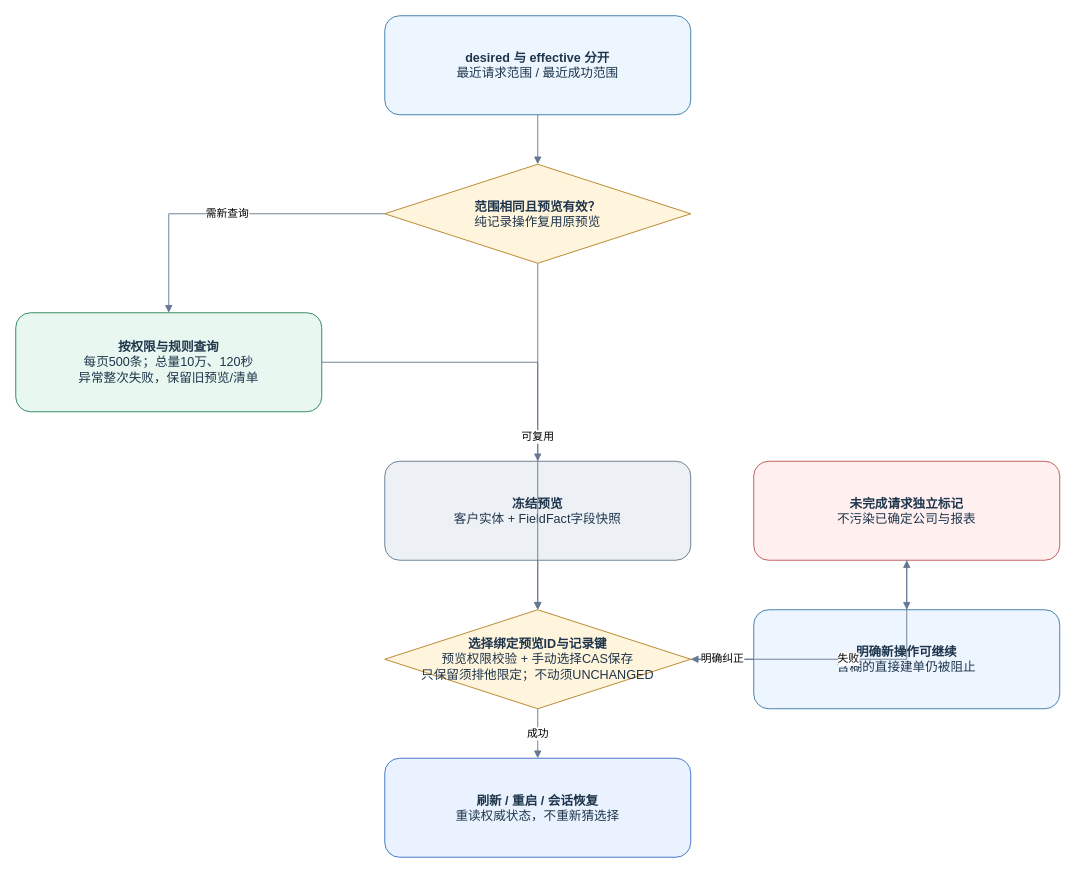
Earlier version of the draw.io diagram page "04 预览、字段快照与恢复" (4 of 12) of docs/diagrams/demo-final/demo-final.drawio (QSZJAVA/agent_demo). Source tidied: cells renumbered, new cells numbered last; positions are measured from the earlier drawing's top-left corner, leaving out a move shared by most shapes. Both pictures are drawn from the tidied source at 90%, with x=0, y=0 at pixel (15, 15).
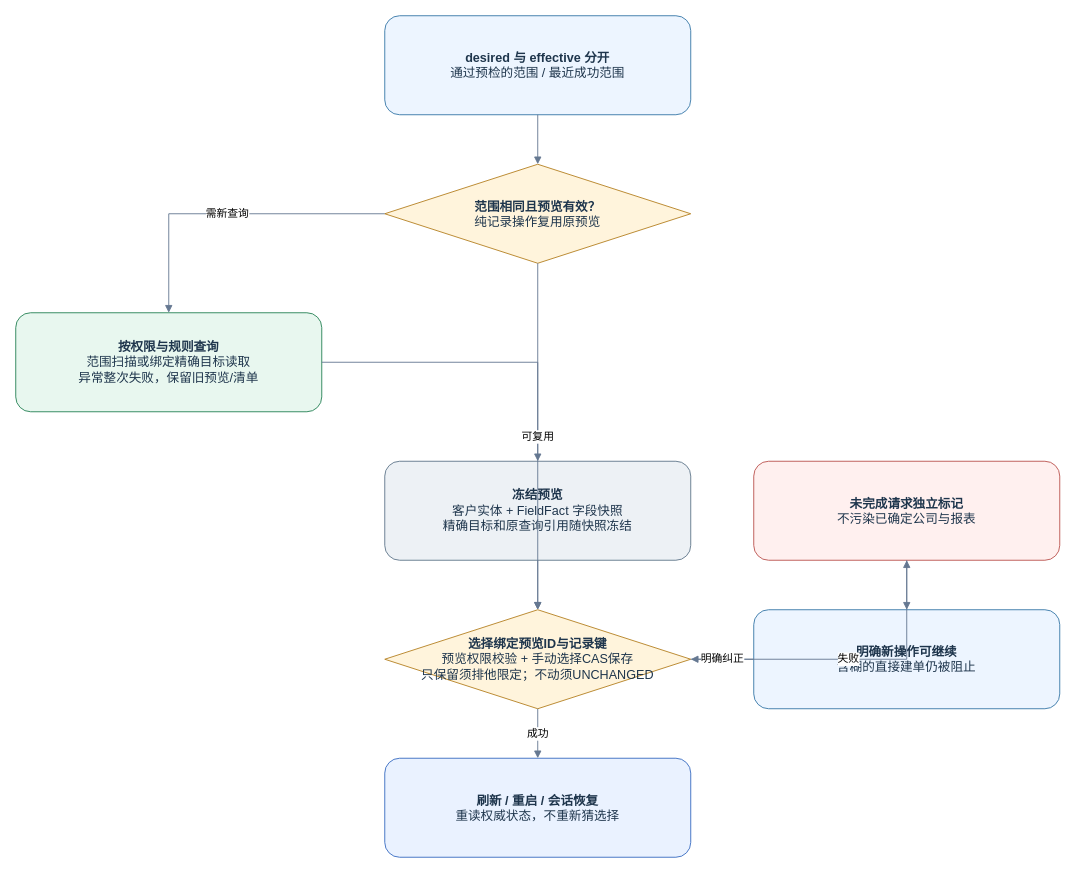
Above is the later version.

What changed in the source:
```diff
@@
 <mxGraphModel>
   <root>
     <mxCell id="0" />
     <mxCell id="1" parent="0" />
-    <mxCell id="2" value="&lt;b&gt;desired 与 effective 分开&lt;/b&gt;&lt;br&gt;最近请求范围 / 最近成功范围" style="rounded=1;whiteSpace=wrap;html=1;fillColor=#edf5ff;strokeColor=#3778a8;fontColor=#1e354c;fontFamily=Microsoft YaHei;fontSize=14;" parent="1" vertex="1">
+    <mxCell id="2" value="&lt;b&gt;desired 与 effective 分开&lt;/b&gt;&lt;br&gt;通过预检的范围 / 最近成功范围" style="rounded=1;whiteSpace=wrap;html=1;fillColor=#edf5ff;strokeColor=#3778a8;fontColor=#1e354c;fontFamily=Microsoft YaHei;fontSize=14;" parent="1" vertex="1">
       <mxGeometry x="410" width="340" height="110" as="geometry" />
     </mxCell>
     <mxCell id="3" value="&lt;b&gt;范围相同且预览有效？&lt;/b&gt;&lt;br&gt;纯记录操作复用原预览" style="rhombus;whiteSpace=wrap;html=1;fillColor=#fff4dc;strokeColor=#b58022;fontColor=#1e354c;fontFamily=Microsoft YaHei;fontSize=14;" parent="1" vertex="1">
       <mxGeometry x="410" y="165" width="340" height="110" as="geometry" />
     </mxCell>
-    <mxCell id="4" value="&lt;b&gt;按权限与规则查询&lt;/b&gt;&lt;br&gt;每页500条；总量10万、120秒&lt;br&gt;异常整次失败，保留旧预览/清单" style="rounded=1;whiteSpace=wrap;html=1;fillColor=#e8f7ef;strokeColor=#268255;fontColor=#1e354c;fontFamily=Microsoft YaHei;fontSize=14;" parent="1" vertex="1">
+    <mxCell id="4" value="&lt;b&gt;按权限与规则查询&lt;/b&gt;&lt;br&gt;范围扫描或绑定精确目标读取&lt;br&gt;异常整次失败，保留旧预览/清单" style="rounded=1;whiteSpace=wrap;html=1;fillColor=#e8f7ef;strokeColor=#268255;fontColor=#1e354c;fontFamily=Microsoft YaHei;fontSize=14;" parent="1" vertex="1">
       <mxGeometry y="330" width="340" height="110" as="geometry" />
     </mxCell>
-    <mxCell id="5" value="&lt;b&gt;冻结预览&lt;/b&gt;&lt;br&gt;客户实体 + FieldFact字段快照" style="rounded=1;whiteSpace=wrap;html=1;fillColor=#edf1f5;strokeColor=#60768b;fontColor=#1e354c;fontFamily=Microsoft YaHei;fontSize=14;" parent="1" vertex="1">
+    <mxCell id="5" value="&lt;b&gt;冻结预览&lt;/b&gt;&lt;br&gt;客户实体 + FieldFact 字段快照&lt;br&gt;精确目标和原查询引用随快照冻结" style="rounded=1;whiteSpace=wrap;html=1;fillColor=#edf1f5;strokeColor=#60768b;fontColor=#1e354c;fontFamily=Microsoft YaHei;fontSize=14;" parent="1" vertex="1">
       <mxGeometry x="410" y="495" width="340" height="110" as="geometry" />
     </mxCell>
     <mxCell id="6" value="&lt;b&gt;选择绑定预览ID与记录键&lt;/b&gt;&lt;br&gt;预览权限校验 + 手动选择CAS保存&lt;br&gt;只保留须排他限定；不动须UNCHANGED" style="rhombus;whiteSpace=wrap;html=1;fillColor=#fff4dc;strokeColor=#b58022;fontColor=#1e354c;fontFamily=Microsoft YaHei;fontSize=14;" parent="1" vertex="1">
       <mxGeometry x="410" y="660" width="340" height="110" as="geometry" />
     </mxCell>
     <mxCell id="7" value="&lt;b&gt;未完成请求独立标记&lt;/b&gt;&lt;br&gt;不污染已确定公司与报表" style="rounded=1;whiteSpace=wrap;html=1;fillColor=#fff0ef;strokeColor=#ba534e;fontColor=#1e354c;fontFamily=Microsoft YaHei;fontSize=14;" parent="1" vertex="1">
       <mxGeometry x="820" y="495" width="340" height="110" as="geometry" />
     </mxCell>
     <mxCell id="8" value="&lt;b&gt;明确新操作可继续&lt;/b&gt;&lt;br&gt;含糊的直接建单仍被阻止" style="rounded=1;whiteSpace=wrap;html=1;fillColor=#edf5ff;strokeColor=#3778a8;fontColor=#1e354c;fontFamily=Microsoft YaHei;fontSize=14;" parent="1" vertex="1">
       <mxGeometry x="820" y="660" width="340" height="110" as="geometry" />
     </mxCell>
     <mxCell id="9" value="&lt;b&gt;刷新 / 重启 / 会话恢复&lt;/b&gt;&lt;br&gt;重读权威状态，不重新猜选择" style="rounded=1;whiteSpace=wrap;html=1;fillColor=#eaf2ff;strokeColor=#386bc1;fontColor=#1e354c;fontFamily=Microsoft YaHei;fontSize=14;" parent="1" vertex="1">
       <mxGeometry x="410" y="825" width="340" height="110" as="geometry" />
     </mxCell>
     <mxCell id="10" style="edgeStyle=orthogonalEdgeStyle;rounded=0;html=1;endArrow=block;endFill=1;strokeColor=#657891;fontFamily=Microsoft YaHei;fontSize=12;" parent="1" edge="1" source="2" target="3">
       <mxGeometry relative="1" as="geometry" />
     </mxCell>
     <mxCell id="11" value="需新查询" style="edgeStyle=orthogonalEdgeStyle;rounded=0;html=1;endArrow=block;endFill=1;strokeColor=#657891;fontFamily=Microsoft YaHei;fontSize=12;" parent="1" edge="1" source="3" target="4">
       <mxGeometry relative="1" as="geometry" />
     </mxCell>
     <mxCell id="12" style="edgeStyle=orthogonalEdgeStyle;rounded=0;html=1;endArrow=block;endFill=1;strokeColor=#657891;fontFamily=Microsoft YaHei;fontSize=12;" parent="1" edge="1" source="4" target="5">
       <mxGeometry relative="1" as="geometry" />
     </mxCell>
     <mxCell id="13" value="可复用" style="edgeStyle=orthogonalEdgeStyle;rounded=0;html=1;endArrow=block;endFill=1;strokeColor=#657891;fontFamily=Microsoft YaHei;fontSize=12;" parent="1" edge="1" source="3" target="6">
       <mxGeometry relative="1" as="geometry" />
     </mxCell>
     <mxCell id="14" style="edgeStyle=orthogonalEdgeStyle;rounded=0;html=1;endArrow=block;endFill=1;strokeColor=#657891;fontFamily=Microsoft YaHei;fontSize=12;" parent="1" edge="1" source="5" target="6">
       <mxGeometry relative="1" as="geometry" />
     </mxCell>
     <mxCell id="15" value="成功" style="edgeStyle=orthogonalEdgeStyle;rounded=0;html=1;endArrow=block;endFill=1;strokeColor=#657891;fontFamily=Microsoft YaHei;fontSize=12;" parent="1" edge="1" source="6" target="9">
       <mxGeometry relative="1" as="geometry" />
     </mxCell>
     <mxCell id="16" value="失败" style="edgeStyle=orthogonalEdgeStyle;rounded=0;html=1;endArrow=block;endFill=1;strokeColor=#657891;fontFamily=Microsoft YaHei;fontSize=12;" parent="1" edge="1" source="6" target="7">
       <mxGeometry relative="1" as="geometry" />
     </mxCell>
     <mxCell id="17" style="edgeStyle=orthogonalEdgeStyle;rounded=0;html=1;endArrow=block;endFill=1;strokeColor=#657891;fontFamily=Microsoft YaHei;fontSize=12;" parent="1" edge="1" source="7" target="8">
       <mxGeometry relative="1" as="geometry" />
     </mxCell>
     <mxCell id="18" value="明确纠正" style="edgeStyle=orthogonalEdgeStyle;rounded=0;html=1;endArrow=block;endFill=1;strokeColor=#657891;fontFamily=Microsoft YaHei;fontSize=12;" parent="1" edge="1" source="8" target="6">
       <mxGeometry relative="1" as="geometry" />
     </mxCell>
   </root>
 </mxGraphModel>
```
